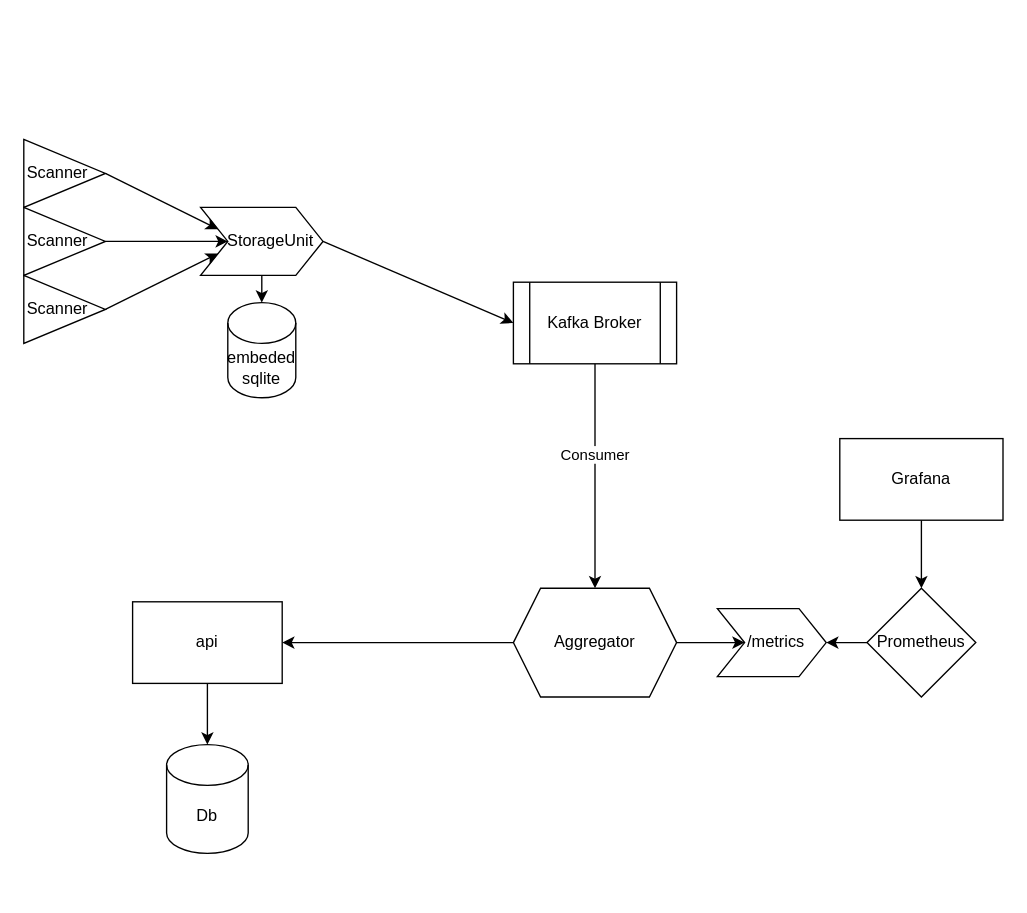
Earlier version of the draw.io diagram outline.dio (1michaelohayon/itemizer). Source tidied: cells renumbered, new cells numbered last; positions are measured from the earlier drawing's top-left corner, leaving out a move shared by most shapes. Both pictures are drawn from the tidied source at 136%, with x=0, y=0 at pixel (23, 139).
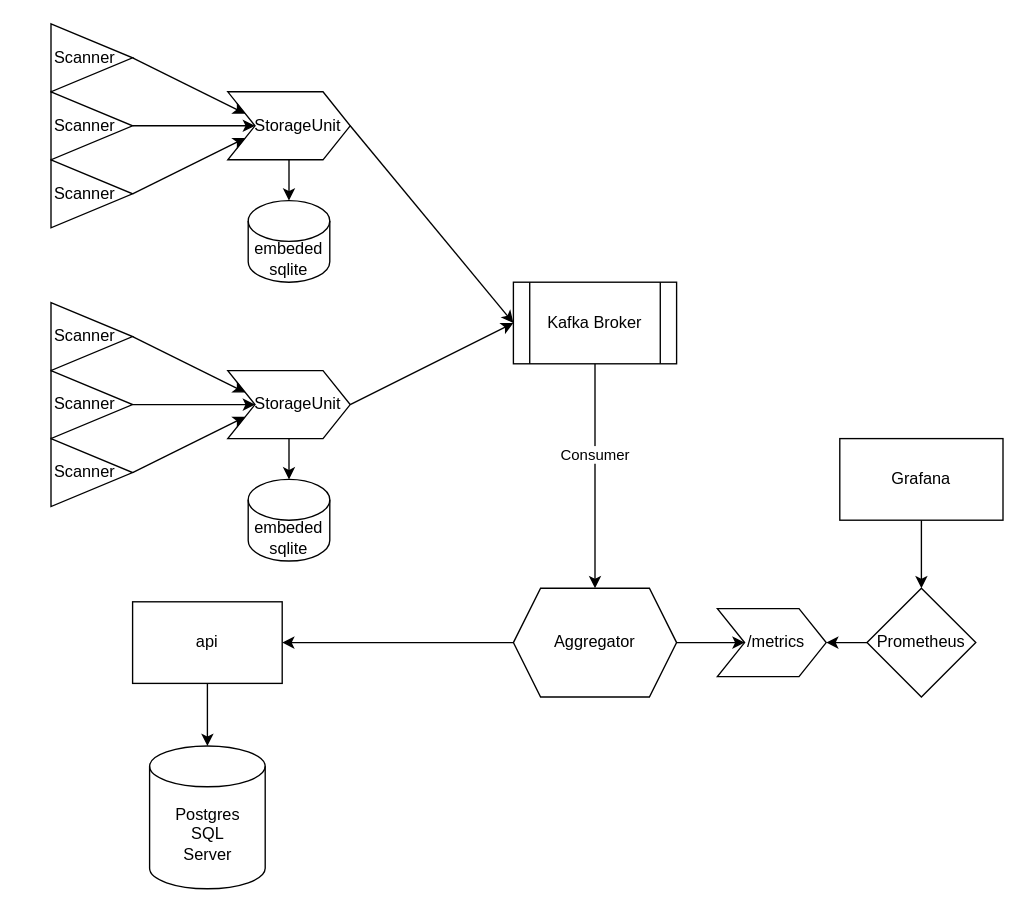
After the change.

Unchanged cells that the change refers to:
```xml
<mxCell id="7" value="Kafka Broker" style="shape=process;whiteSpace=wrap;html=1;backgroundOutline=1;" parent="1" vertex="1">
  <mxGeometry x="360" y="105" width="120" height="60" as="geometry" />
</mxCell>
```

What changed in the source:
```diff
@@
     <mxCell id="4" value="&amp;nbsp; &amp;nbsp; StorageUnit" style="shape=step;perimeter=stepPerimeter;whiteSpace=wrap;html=1;fixedSize=1;" parent="1" vertex="1">
-      <mxGeometry x="130" y="50" width="90" height="50" as="geometry" />
+      <mxGeometry x="150" y="170" width="90" height="50" as="geometry" />
     </mxCell>
@@
-    <mxCell id="8" value="Db&lt;br&gt;" style="shape=cylinder3;whiteSpace=wrap;html=1;boundedLbl=1;backgroundOutline=1;size=15;" parent="1" vertex="1">
-      <mxGeometry x="105" y="445" width="60" height="80" as="geometry" />
+    <mxCell id="8" value="Postgres&lt;br&gt;SQL&lt;br&gt;Server" style="shape=cylinder3;whiteSpace=wrap;html=1;boundedLbl=1;backgroundOutline=1;size=15;" parent="1" vertex="1">
+      <mxGeometry x="92.5" y="446" width="85" height="105" as="geometry" />
     </mxCell>
@@
     <mxCell id="20" value="Scanner&amp;nbsp; &amp;nbsp;" style="triangle;whiteSpace=wrap;html=1;" parent="1" vertex="1">
-      <mxGeometry width="60" height="50" as="geometry" />
+      <mxGeometry x="20" y="120" width="60" height="50" as="geometry" />
     </mxCell>
@@
     <mxCell id="22" value="Scanner&amp;nbsp; &amp;nbsp;" style="triangle;whiteSpace=wrap;html=1;" parent="1" vertex="1">
-      <mxGeometry y="50" width="60" height="50" as="geometry" />
+      <mxGeometry x="20" y="170" width="60" height="50" as="geometry" />
     </mxCell>
@@
     <mxCell id="24" value="Scanner&amp;nbsp; &amp;nbsp;" style="triangle;whiteSpace=wrap;html=1;" parent="1" vertex="1">
-      <mxGeometry y="100" width="60" height="50" as="geometry" />
+      <mxGeometry x="20" y="220" width="60" height="50" as="geometry" />
     </mxCell>
     <mxCell id="25" value="embeded&lt;br&gt;sqlite" style="shape=cylinder3;whiteSpace=wrap;html=1;boundedLbl=1;backgroundOutline=1;size=15;" parent="1" vertex="1">
-      <mxGeometry x="150" y="120" width="50" height="70" as="geometry" />
+      <mxGeometry x="165" y="250" width="60" height="60" as="geometry" />
     </mxCell>
+    <mxCell id="26" style="edgeStyle=none;html=1;exitX=0.5;exitY=1;exitDx=0;exitDy=0;entryX=0.5;entryY=0;entryDx=0;entryDy=0;entryPerimeter=0;" parent="1" edge="1" source="28" target="35">
+      <mxGeometry relative="1" as="geometry" />
+    </mxCell>
+    <mxCell id="27" style="edgeStyle=none;html=1;exitX=1;exitY=0.5;exitDx=0;exitDy=0;entryX=0;entryY=0.5;entryDx=0;entryDy=0;" parent="1" edge="1" source="28" target="7">
+      <mxGeometry relative="1" as="geometry" />
+    </mxCell>
+    <mxCell id="28" value="&amp;nbsp; &amp;nbsp; StorageUnit" style="shape=step;perimeter=stepPerimeter;whiteSpace=wrap;html=1;fixedSize=1;" parent="1" vertex="1">
+      <mxGeometry x="150" y="-35" width="90" height="50" as="geometry" />
+    </mxCell>
+    <mxCell id="29" style="edgeStyle=none;html=1;exitX=1;exitY=0.5;exitDx=0;exitDy=0;entryX=0;entryY=0.25;entryDx=0;entryDy=0;fontStyle=1;" parent="1" edge="1" source="30" target="28">
+      <mxGeometry relative="1" as="geometry" />
+    </mxCell>
+    <mxCell id="30" value="Scanner&amp;nbsp; &amp;nbsp;" style="triangle;whiteSpace=wrap;html=1;" parent="1" vertex="1">
+      <mxGeometry x="20" y="-85" width="60" height="50" as="geometry" />
+    </mxCell>
+    <mxCell id="31" style="edgeStyle=none;html=1;exitX=1;exitY=0.5;exitDx=0;exitDy=0;fontStyle=1;entryX=0;entryY=0.5;entryDx=0;entryDy=0;" parent="1" edge="1" source="32" target="28">
+      <mxGeometry relative="1" as="geometry" />
+    </mxCell>
+    <mxCell id="32" value="Scanner&amp;nbsp; &amp;nbsp;" style="triangle;whiteSpace=wrap;html=1;" parent="1" vertex="1">
+      <mxGeometry x="20" y="-35" width="60" height="50" as="geometry" />
+    </mxCell>
+    <mxCell id="33" style="edgeStyle=none;html=1;exitX=1;exitY=0.5;exitDx=0;exitDy=0;entryX=0;entryY=0.75;entryDx=0;entryDy=0;" parent="1" edge="1" source="34" target="28">
+      <mxGeometry relative="1" as="geometry" />
+    </mxCell>
+    <mxCell id="34" value="Scanner&amp;nbsp; &amp;nbsp;" style="triangle;whiteSpace=wrap;html=1;" parent="1" vertex="1">
+      <mxGeometry x="20" y="15" width="60" height="50" as="geometry" />
+    </mxCell>
+    <mxCell id="35" value="embeded&lt;br&gt;sqlite" style="shape=cylinder3;whiteSpace=wrap;html=1;boundedLbl=1;backgroundOutline=1;size=15;" parent="1" vertex="1">
+      <mxGeometry x="165" y="45" width="60" height="60" as="geometry" />
+    </mxCell>
```
